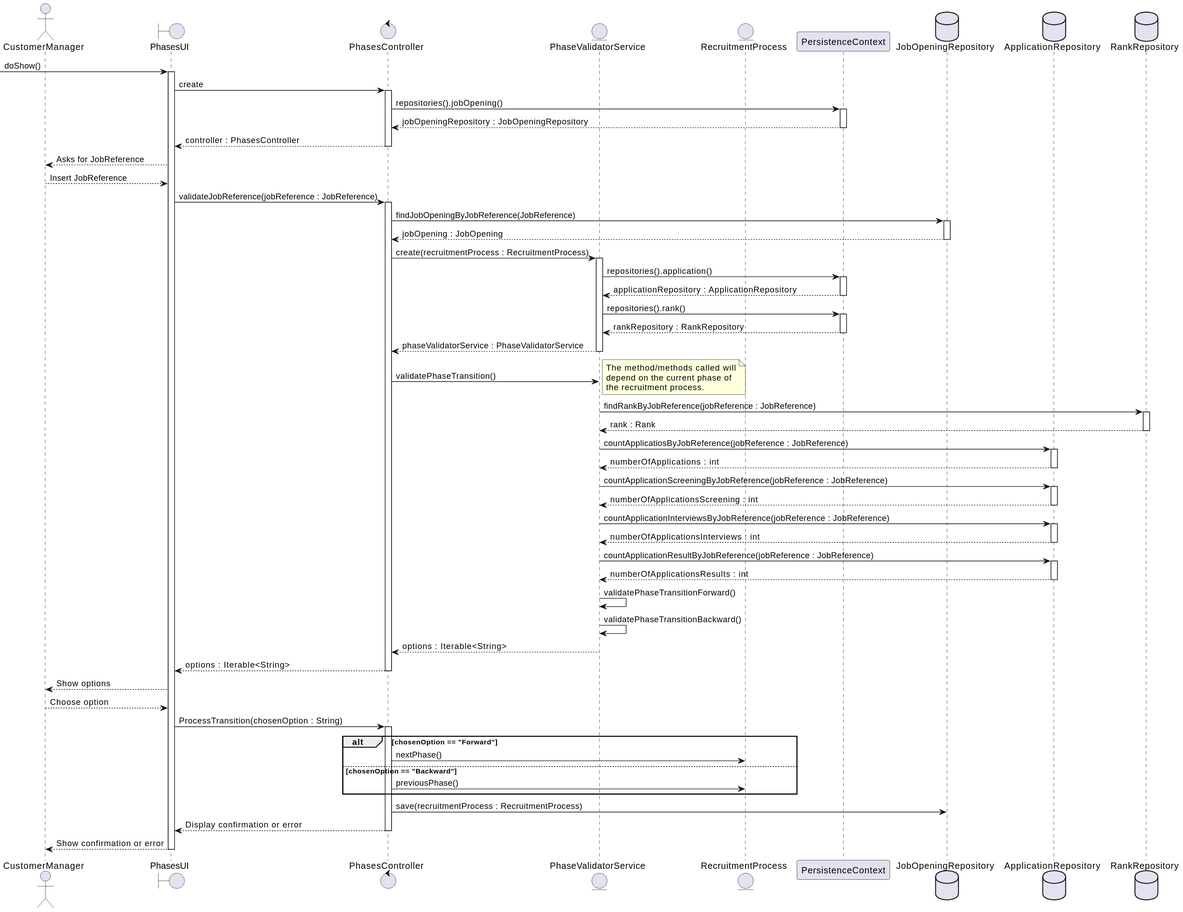
This is docs/sprintC/US1010/03.design/svg/SD.svg from Mendoncaa/LAPR4, a PlantUML export, as it was before one commit.
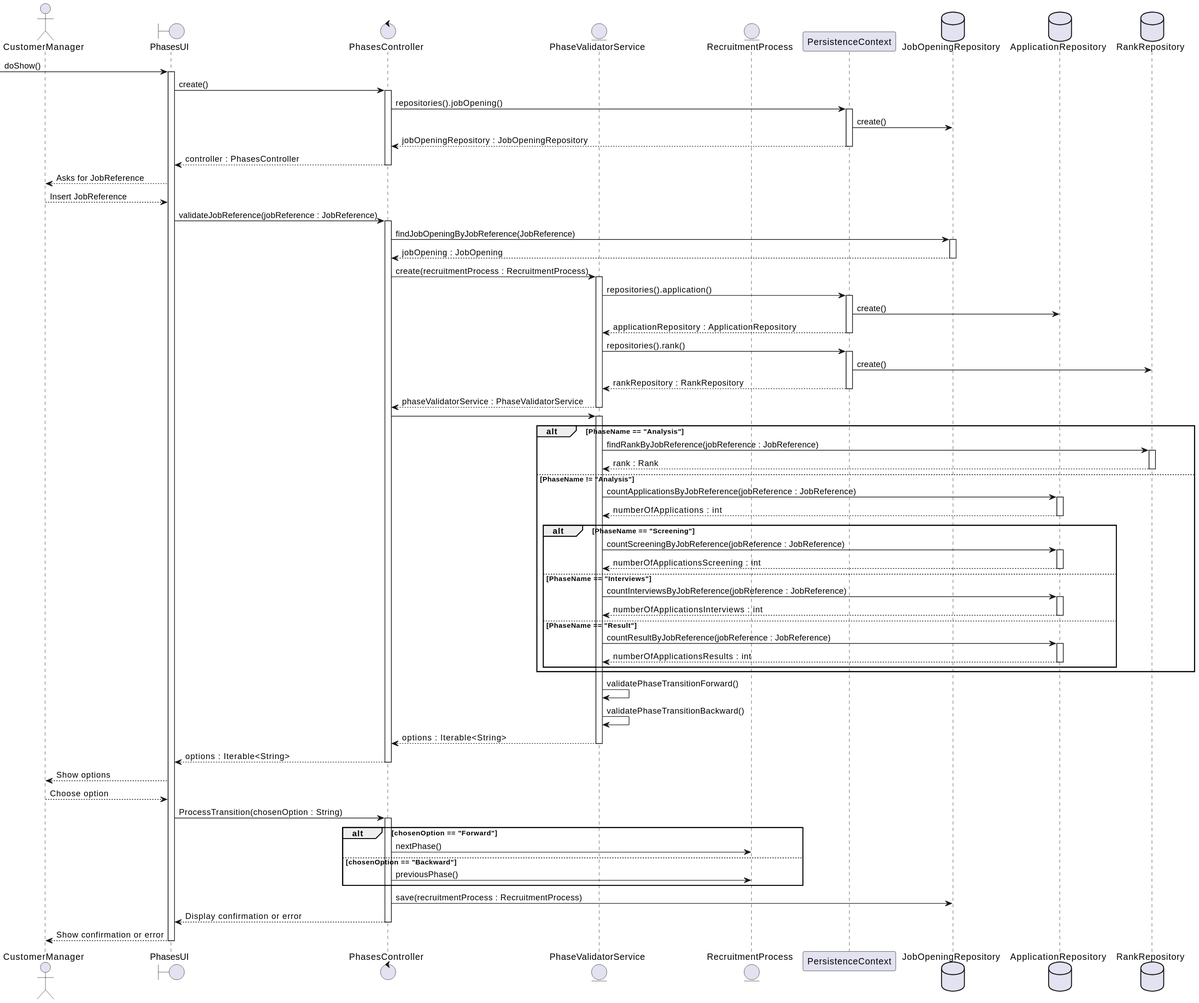
After the change.

Diff of the diagram source:
```diff
@@ -11,10 +11,11 @@
 
 -> PhasesUI: doShow()
 activate PhasesUI
-PhasesUI -> PhasesController : create
+PhasesUI -> PhasesController : create()
 activate PhasesController
 PhasesController -> PersistenceContext : repositories().jobOpening()
 activate PersistenceContext
+PersistenceContext -> JobOpeningRepository : create()
 PersistenceContext --> PhasesController : jobOpeningRepository : JobOpeningRepository
 deactivate PersistenceContext
 PhasesController --> PhasesUI : controller : PhasesController
@@ -31,43 +32,50 @@
 activate PhaseValidatorService
 PhaseValidatorService -> PersistenceContext : repositories().application()
 activate PersistenceContext
+PersistenceContext -> ApplicationRepository : create()
 PersistenceContext --> PhaseValidatorService : applicationRepository : ApplicationRepository
 deactivate PersistenceContext
 PhaseValidatorService -> PersistenceContext : repositories().rank()
 activate PersistenceContext
+PersistenceContext -> RankRepository : create()
 PersistenceContext --> PhaseValidatorService : rankRepository : RankRepository
 deactivate PersistenceContext
 PhaseValidatorService --> PhasesController: phaseValidatorService : PhaseValidatorService
 deactivate PhaseValidatorService
-PhasesController -> PhaseValidatorService: validatePhaseTransition()
-note right
-The method/methods called will
-depend on the current phase of
-the recruitment process.
-end note
+PhasesController -> PhaseValidatorService:
+activate PhaseValidatorService
+alt PhaseName == "Analysis"
 PhaseValidatorService -> RankRepository : findRankByJobReference(jobReference : JobReference)
 activate RankRepository
 RankRepository --> PhaseValidatorService: rank : Rank
 deactivate RankRepository
-PhaseValidatorService -> ApplicationRepository : countApplicatiosByJobReference(jobReference : JobReference)
+else PhaseName != "Analysis"
+PhaseValidatorService -> ApplicationRepository : countApplicationsByJobReference(jobReference : JobReference)
 activate ApplicationRepository
 ApplicationRepository --> PhaseValidatorService: numberOfApplications : int
 deactivate ApplicationRepository
-PhaseValidatorService -> ApplicationRepository : countApplicationScreeningByJobReference(jobReference : JobReference)
-activate ApplicationRepository
-ApplicationRepository --> PhaseValidatorService: numberOfApplicationsScreening : int
-deactivate ApplicationRepository
-PhaseValidatorService -> ApplicationRepository : countApplicationInterviewsByJobReference(jobReference : JobReference)
-activate ApplicationRepository
-ApplicationRepository --> PhaseValidatorService: numberOfApplicationsInterviews : int
-deactivate ApplicationRepository
-PhaseValidatorService -> ApplicationRepository : countApplicationResultByJobReference(jobReference : JobReference)
-activate ApplicationRepository
-ApplicationRepository --> PhaseValidatorService: numberOfApplicationsResults : int
-deactivate ApplicationRepository
+    alt PhaseName == "Screening"
+    PhaseValidatorService -> ApplicationRepository : countScreeningByJobReference(jobReference : JobReference)
+    activate ApplicationRepository
+    ApplicationRepository --> PhaseValidatorService: numberOfApplicationsScreening : int
+    deactivate ApplicationRepository
+    else PhaseName == "Interviews"
+    PhaseValidatorService -> ApplicationRepository : countInterviewsByJobReference(jobReference : JobReference)
+    activate ApplicationRepository
+    ApplicationRepository --> PhaseValidatorService: numberOfApplicationsInterviews : int
+    deactivate ApplicationRepository
+    else PhaseName == "Result"
+    PhaseValidatorService -> ApplicationRepository : countResultByJobReference(jobReference : JobReference)
+    activate ApplicationRepository
+    ApplicationRepository --> PhaseValidatorService: numberOfApplicationsResults : int
+    deactivate ApplicationRepository
+
+    end
+end
 PhaseValidatorService -> PhaseValidatorService : validatePhaseTransitionForward()
 PhaseValidatorService -> PhaseValidatorService : validatePhaseTransitionBackward()
 PhaseValidatorService --> PhasesController: options : Iterable<String>
+deactivate PhaseValidatorService
 PhasesController --> PhasesUI: options : Iterable<String>
 deactivate PhasesController
 PhasesUI --> CustomerManager: Show options
@@ -80,7 +88,6 @@
 PhasesController -> RecruitmentProcess: previousPhase()
 end
 PhasesController -> JobOpeningRepository : save(recruitmentProcess : RecruitmentProcess)
-
 PhasesController --> PhasesUI: Display confirmation or error
 deactivate PhasesController
 PhasesUI --> CustomerManager: Show confirmation or error
```
